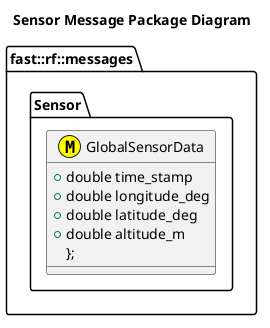
The PlantUML diagram msgs/Sensor/doc/puml/SensorMessageClassDiagram.png in fastrobotics/robot_framework, before a commit.
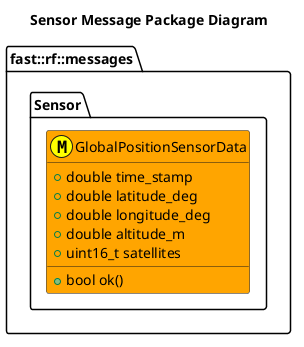
Above is the later version.

Diff of the diagram source:
```diff
@@ -4,11 +4,13 @@
 namespace fast::rf::messages {
 
   namespace Sensor  {
-    class GlobalSensorData <<(M,#FFFF00)>>  {
+    class GlobalPositionSensorData <<(M,#FFFF00)>> #Orange {
       +double time_stamp
+      +double latitude_deg
       +double longitude_deg
-      +double latitude_deg
       +double altitude_m
-    };
+      +uint16_t satellites
+      +bool ok()
+    }
 }
 @enduml
```
